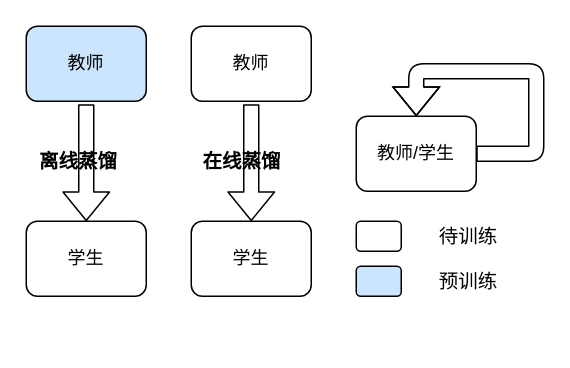
Earlier version of the draw.io diagram diff-KD.drawio (Noeverer/Mindmap). Source tidied: cells renumbered, new cells numbered last; positions are measured from the earlier drawing's top-left corner, leaving out a move shared by most shapes. Both pictures are drawn from the tidied source at 150%, with x=0, y=0 at pixel (26, 26).
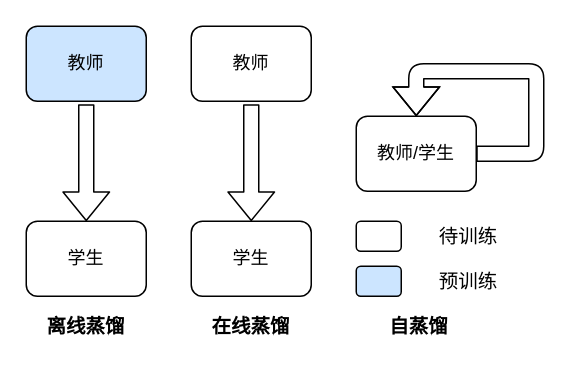
Above is the later version.

The edit, as a diff of the source:
```diff
@@
     <mxCell id="9" value="离线蒸馏" style="text;html=1;strokeColor=none;align=center;verticalAlign=middle;whiteSpace=wrap;rounded=0;fontStyle=1;fontSize=13;" parent="1" vertex="1">
-      <mxGeometry y="80" width="70" height="20" as="geometry" />
+      <mxGeometry x="5" y="190" width="70" height="20" as="geometry" />
     </mxCell>
     <mxCell id="10" value="在线蒸馏" style="text;html=1;strokeColor=none;align=center;verticalAlign=middle;whiteSpace=wrap;rounded=0;fontStyle=1;fontSize=13;" parent="1" vertex="1">
-      <mxGeometry x="110" y="80" width="67.5" height="20" as="geometry" />
+      <mxGeometry x="116.2" y="190" width="67.5" height="20" as="geometry" />
     </mxCell>
@@
+    <mxCell id="16" value="自蒸馏" style="text;html=1;strokeColor=none;align=center;verticalAlign=middle;whiteSpace=wrap;rounded=0;fontStyle=1;fontSize=13;" parent="1" vertex="1">
+      <mxGeometry x="228" y="190" width="67.5" height="20" as="geometry" />
+    </mxCell>
```
